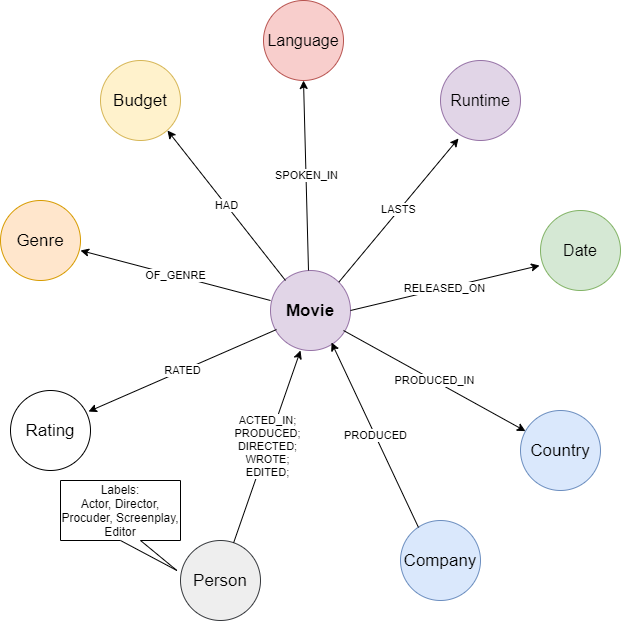
LampicJ15/neo4j-movies keeps this draw.io diagram as visual/movies-graph.png. Above is the earlier version. Source tidied: cells renumbered, new cells last; positions are measured from the earlier drawing's top-left corner, leaving out a move shared by most shapes.
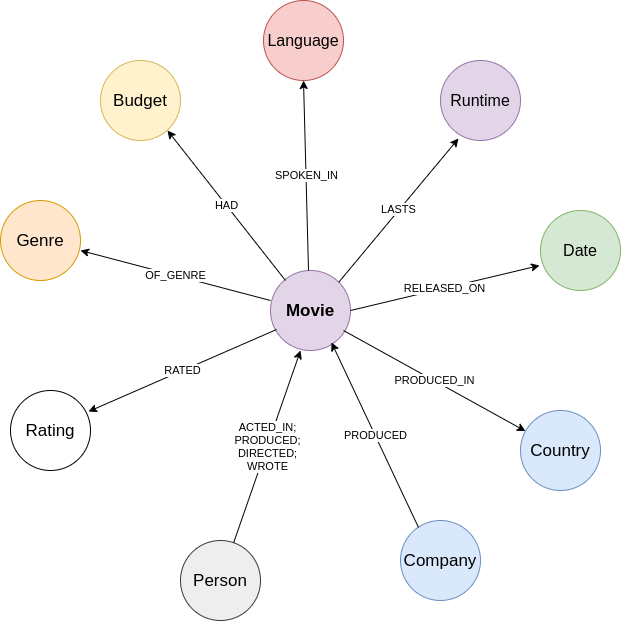
The same file after the commit.

Diff of the diagram source:
```diff
@@ -56,7 +56,7 @@
         <mxPoint x="343" y="330" as="sourcePoint" />
       </mxGeometry>
     </mxCell>
-    <mxCell id="17" value="ACTED_IN;&lt;br&gt;PRODUCED;&lt;br&gt;DIRECTED;&lt;br&gt;WROTE;&lt;br&gt;EDITED;" style="endArrow=classic;html=1;strokeColor=#000000;" parent="1" edge="1" source="11">
+    <mxCell id="17" value="ACTED_IN;&lt;br&gt;PRODUCED;&lt;br&gt;DIRECTED;&lt;br&gt;WROTE" style="endArrow=classic;html=1;strokeColor=#000000;" parent="1" edge="1" source="11">
       <mxGeometry relative="1" as="geometry">
         <mxPoint x="300" y="350" as="targetPoint" />
       </mxGeometry>
@@ -75,8 +75,5 @@
         <mxPoint x="331" y="342" as="targetPoint" />
       </mxGeometry>
     </mxCell>
-    <mxCell id="21" value="Labels:&lt;br&gt;Actor, Director, Procuder, Screenplay, Editor" style="shape=callout;whiteSpace=wrap;html=1;perimeter=calloutPerimeter;position2=0.97;" parent="1" vertex="1">
-      <mxGeometry x="60" y="480" width="120" height="90" as="geometry" />
-    </mxCell>
   </root>
 </mxGraphModel>
```
